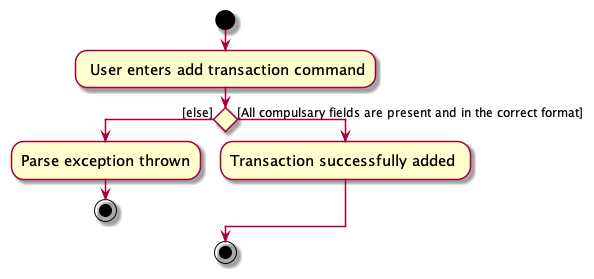
The PlantUML diagram docs/images/unicash/AddTransactionActivityDiagram.png in woojiahao/tp, before a commit.
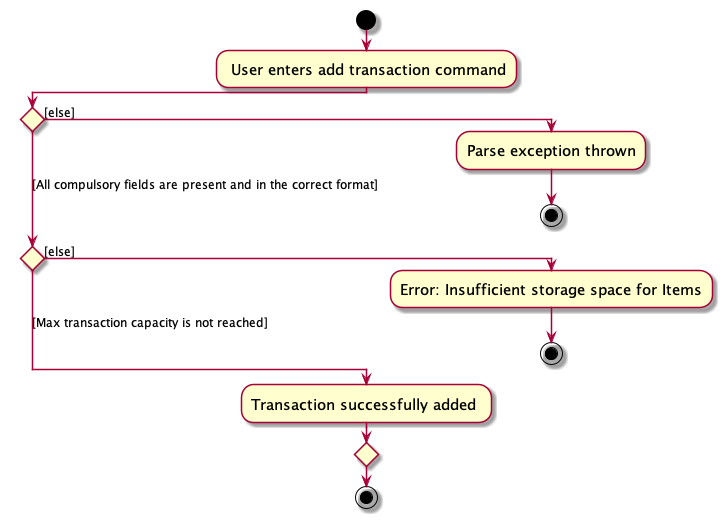
Above is the later version.

Change to the diagram source:
```diff
@@ -1,5 +1,5 @@
 @startuml
-
+!pragma useVerticalIf on
 skin rose
 skinparam ActivityFontSize 15
 skinparam ArrowFontSize 12
@@ -10,7 +10,10 @@
 if () then ([else])
   :Parse exception thrown;
   stop
-else ([All compulsary fields are present and in the correct format])
+([All compulsory fields are present and in the correct format]) elseif () then ([else])
+    :Error: Insufficient storage space for Items;
+    stop
+else ([Max transaction capacity is not reached])
   :Transaction successfully added ;
 endif
 
```
